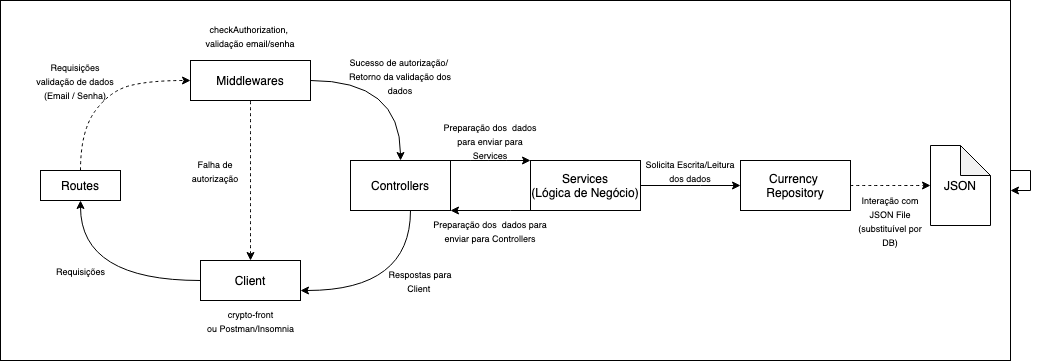
The draw.io diagram architecture.png in bpoliana/crypto-api, before a commit. Source tidied: cells renumbered, new cells last; positions are measured from the earlier drawing's top-left corner, leaving out a move shared by most shapes.
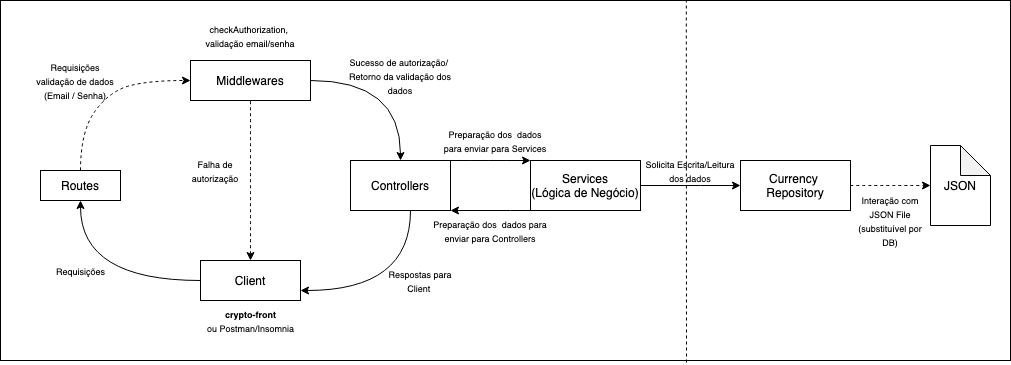
The same diagram one commit later.

What changed in the source:
```diff
@@ -92,7 +92,7 @@
       <mxGeometry x="850" y="200" width="80" height="40" as="geometry" />
     </mxCell>
     <mxCell id="22" value="&lt;font style=&quot;font-size: 9px&quot;&gt;Preparação dos&amp;nbsp; dados para enviar para Services&lt;/font&gt;" style="text;html=1;strokeColor=none;fillColor=none;align=center;verticalAlign=middle;whiteSpace=wrap;rounded=0;" parent="1" vertex="1">
-      <mxGeometry x="440" y="130" width="100" height="20" as="geometry" />
+      <mxGeometry x="440" y="130" width="110" height="20" as="geometry" />
     </mxCell>
     <mxCell id="23" value="&lt;font style=&quot;font-size: 9px&quot;&gt;Sucesso de autorização/&amp;nbsp;&lt;br&gt;Retorno da validação dos dados&lt;br&gt;&lt;/font&gt;" style="text;html=1;strokeColor=none;fillColor=none;align=center;verticalAlign=middle;whiteSpace=wrap;rounded=0;" parent="1" vertex="1">
       <mxGeometry x="345" y="50" width="110" height="50" as="geometry" />
@@ -103,7 +103,7 @@
     <mxCell id="25" value="&lt;font style=&quot;font-size: 9px&quot;&gt;checkAuthorization, &lt;br&gt;validação email/senha&lt;/font&gt;" style="text;html=1;strokeColor=none;fillColor=none;align=center;verticalAlign=middle;whiteSpace=wrap;rounded=0;" parent="1" vertex="1">
       <mxGeometry x="180" y="20" width="140" height="30" as="geometry" />
     </mxCell>
-    <mxCell id="26" value="&lt;font style=&quot;font-size: 9px&quot;&gt;crypto-front&lt;br&gt;ou Postman/Insomnia&lt;/font&gt;" style="text;html=1;align=center;verticalAlign=middle;" parent="1" vertex="1">
+    <mxCell id="26" value="&lt;font style=&quot;font-size: 9px&quot;&gt;&lt;b&gt;crypto-front&lt;br&gt;&lt;/b&gt;ou Postman/Insomnia&lt;/font&gt;" style="text;html=1;align=center;verticalAlign=middle;" parent="1" vertex="1">
       <mxGeometry x="200" y="300" width="100" height="40" as="geometry" />
     </mxCell>
     <mxCell id="27" value="&lt;font style=&quot;font-size: 9px&quot;&gt;Preparação dos&amp;nbsp; dados para enviar para Controllers&lt;/font&gt;" style="text;html=1;strokeColor=none;fillColor=none;align=center;verticalAlign=middle;whiteSpace=wrap;rounded=0;" parent="1" vertex="1">
@@ -112,11 +112,13 @@
     <mxCell id="28" value="Currency &lt;br&gt;Repository" style="rounded=0;whiteSpace=wrap;html=1;fillColor=#FFFFFF;" parent="1" vertex="1">
       <mxGeometry x="740" y="160" width="110" height="50" as="geometry" />
     </mxCell>
-    <mxCell id="29" style="edgeStyle=orthogonalEdgeStyle;rounded=0;orthogonalLoop=1;jettySize=auto;html=1;startArrow=none;startFill=0;endArrow=classic;endFill=1;" parent="1" edge="1" source="2" target="2">
-      <mxGeometry relative="1" as="geometry" />
-    </mxCell>
     <mxCell id="30" value="&lt;font style=&quot;font-size: 9px&quot;&gt;Solicita Escrita/Leitura dos dados&lt;/font&gt;" style="text;html=1;strokeColor=none;fillColor=none;align=center;verticalAlign=middle;whiteSpace=wrap;rounded=0;" parent="1" vertex="1">
       <mxGeometry x="640" y="160" width="100" height="20" as="geometry" />
     </mxCell>
+    <mxCell id="31" style="endArrow=none;dashed=1;html=1;entryX=0.679;entryY=-0.001;entryDx=0;entryDy=0;entryPerimeter=0;" parent="1" edge="1" target="2">
+      <mxGeometry relative="1" as="geometry">
+        <mxPoint x="686" y="362" as="sourcePoint" />
+      </mxGeometry>
+    </mxCell>
   </root>
 </mxGraphModel>
```
